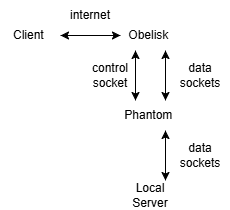
Before: docs/Architecture.png, a diagram exported from draw.io (ArtemBatsak/Phantom). Source tidied: cells renumbered, new cells last; positions are measured from the earlier drawing's top-left corner, leaving out a move shared by most shapes.
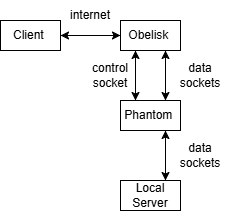
After the change.

The edit, as a diff of the source:
```diff
@@ -8,7 +8,7 @@
     <mxCell id="3" style="edgeStyle=orthogonalEdgeStyle;rounded=0;jettySize=auto;html=1;exitX=1;exitY=0.5;exitDx=0;exitDy=0;" parent="1" edge="1" source="4" target="8">
       <mxGeometry relative="1" as="geometry" />
     </mxCell>
-    <mxCell id="4" value="Client&amp;nbsp;" style="text;html=1;whiteSpace=wrap;strokeColor=none;fillColor=none;align=center;verticalAlign=middle;rounded=0;" parent="1" vertex="1">
+    <mxCell id="4" value="Client&amp;nbsp;" style="text;html=1;whiteSpace=wrap;strokeColor=default;fillColor=none;align=center;verticalAlign=middle;rounded=0;" parent="1" vertex="1">
       <mxGeometry y="20" width="60" height="30" as="geometry" />
     </mxCell>
     <mxCell id="5" style="rounded=0;jettySize=auto;html=1;exitX=0.25;exitY=1;exitDx=0;exitDy=0;entryX=0.25;entryY=0;entryDx=0;entryDy=0;edgeStyle=elbowEdgeStyle;elbow=vertical;" parent="1" edge="1" source="8" target="12">
@@ -20,7 +20,7 @@
     <mxCell id="7" style="edgeStyle=orthogonalEdgeStyle;rounded=0;jettySize=auto;html=1;exitX=0.75;exitY=1;exitDx=0;exitDy=0;entryX=0.75;entryY=0;entryDx=0;entryDy=0;" parent="1" edge="1" source="8" target="12">
       <mxGeometry relative="1" as="geometry" />
     </mxCell>
-    <mxCell id="8" value="Obelisk&amp;nbsp;" style="text;html=1;whiteSpace=wrap;strokeColor=none;fillColor=none;align=center;verticalAlign=middle;rounded=0;" parent="1" vertex="1">
+    <mxCell id="8" value="Obelisk&amp;nbsp;" style="text;html=1;whiteSpace=wrap;strokeColor=default;fillColor=none;align=center;verticalAlign=middle;rounded=0;" parent="1" vertex="1">
       <mxGeometry x="120" y="20" width="60" height="30" as="geometry" />
     </mxCell>
     <mxCell id="9" style="edgeStyle=orthogonalEdgeStyle;rounded=0;jettySize=auto;html=1;exitX=0.25;exitY=0;exitDx=0;exitDy=0;entryX=0.25;entryY=1;entryDx=0;entryDy=0;" parent="1" edge="1" source="12" target="8">
@@ -32,13 +32,13 @@
     <mxCell id="11" style="edgeStyle=orthogonalEdgeStyle;rounded=0;jettySize=auto;html=1;exitX=0.75;exitY=1;exitDx=0;exitDy=0;entryX=0.75;entryY=0;entryDx=0;entryDy=0;" parent="1" edge="1" source="12" target="14">
       <mxGeometry relative="1" as="geometry" />
     </mxCell>
-    <mxCell id="12" value="Phantom&amp;nbsp;" style="text;html=1;whiteSpace=wrap;strokeColor=none;fillColor=none;align=center;verticalAlign=middle;rounded=0;" parent="1" vertex="1">
+    <mxCell id="12" value="Phantom&amp;nbsp;" style="text;html=1;whiteSpace=wrap;strokeColor=default;fillColor=none;align=center;verticalAlign=middle;rounded=0;" parent="1" vertex="1">
       <mxGeometry x="120" y="100" width="60" height="30" as="geometry" />
     </mxCell>
     <mxCell id="13" style="edgeStyle=orthogonalEdgeStyle;rounded=0;jettySize=auto;html=1;exitX=0.75;exitY=0;exitDx=0;exitDy=0;entryX=0.75;entryY=1;entryDx=0;entryDy=0;" parent="1" edge="1" source="14" target="12">
       <mxGeometry relative="1" as="geometry" />
     </mxCell>
-    <mxCell id="14" value="Local Server" style="text;html=1;whiteSpace=wrap;strokeColor=none;fillColor=none;align=center;verticalAlign=middle;rounded=0;" parent="1" vertex="1">
+    <mxCell id="14" value="Local Server" style="text;html=1;whiteSpace=wrap;strokeColor=default;fillColor=none;align=center;verticalAlign=middle;rounded=0;" parent="1" vertex="1">
       <mxGeometry x="120" y="180" width="60" height="30" as="geometry" />
     </mxCell>
     <mxCell id="15" value="internet" style="text;html=1;whiteSpace=wrap;strokeColor=none;fillColor=none;align=center;verticalAlign=middle;rounded=0;" parent="1" vertex="1">
```
